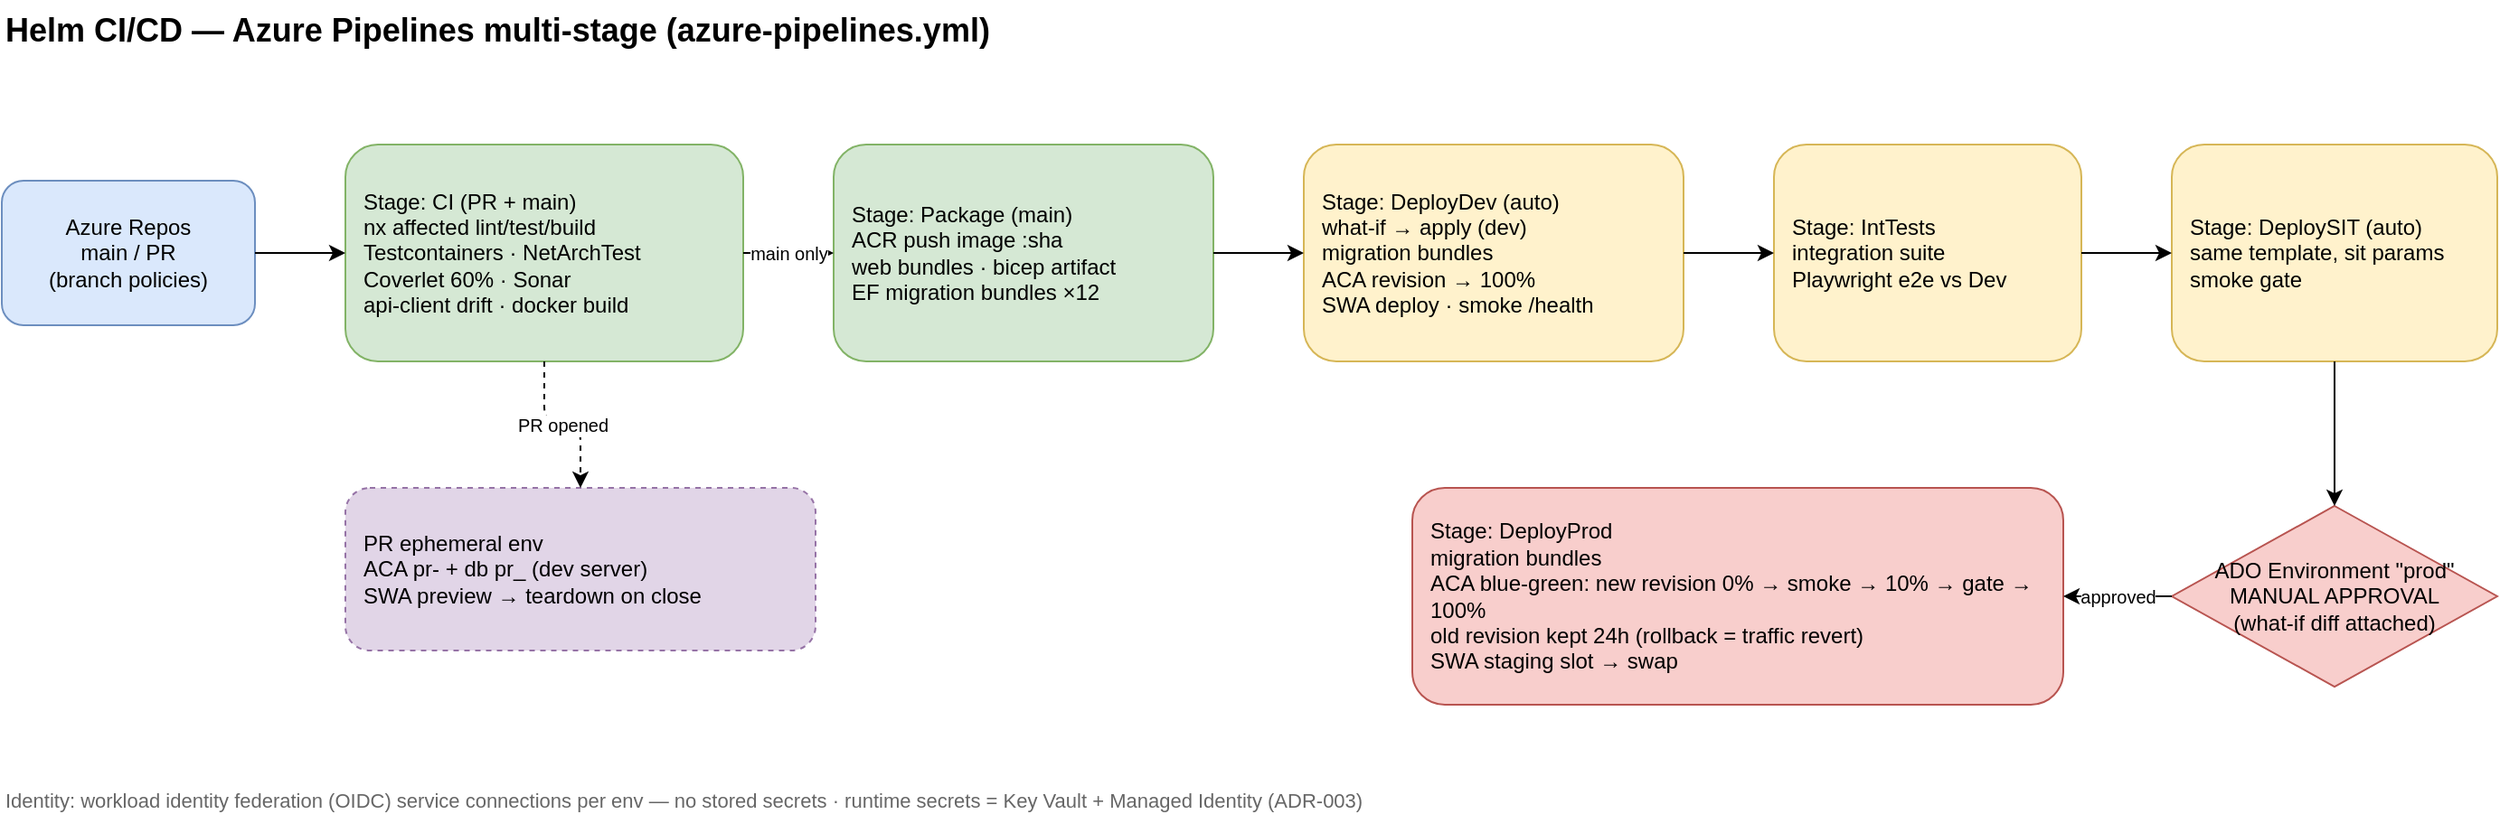
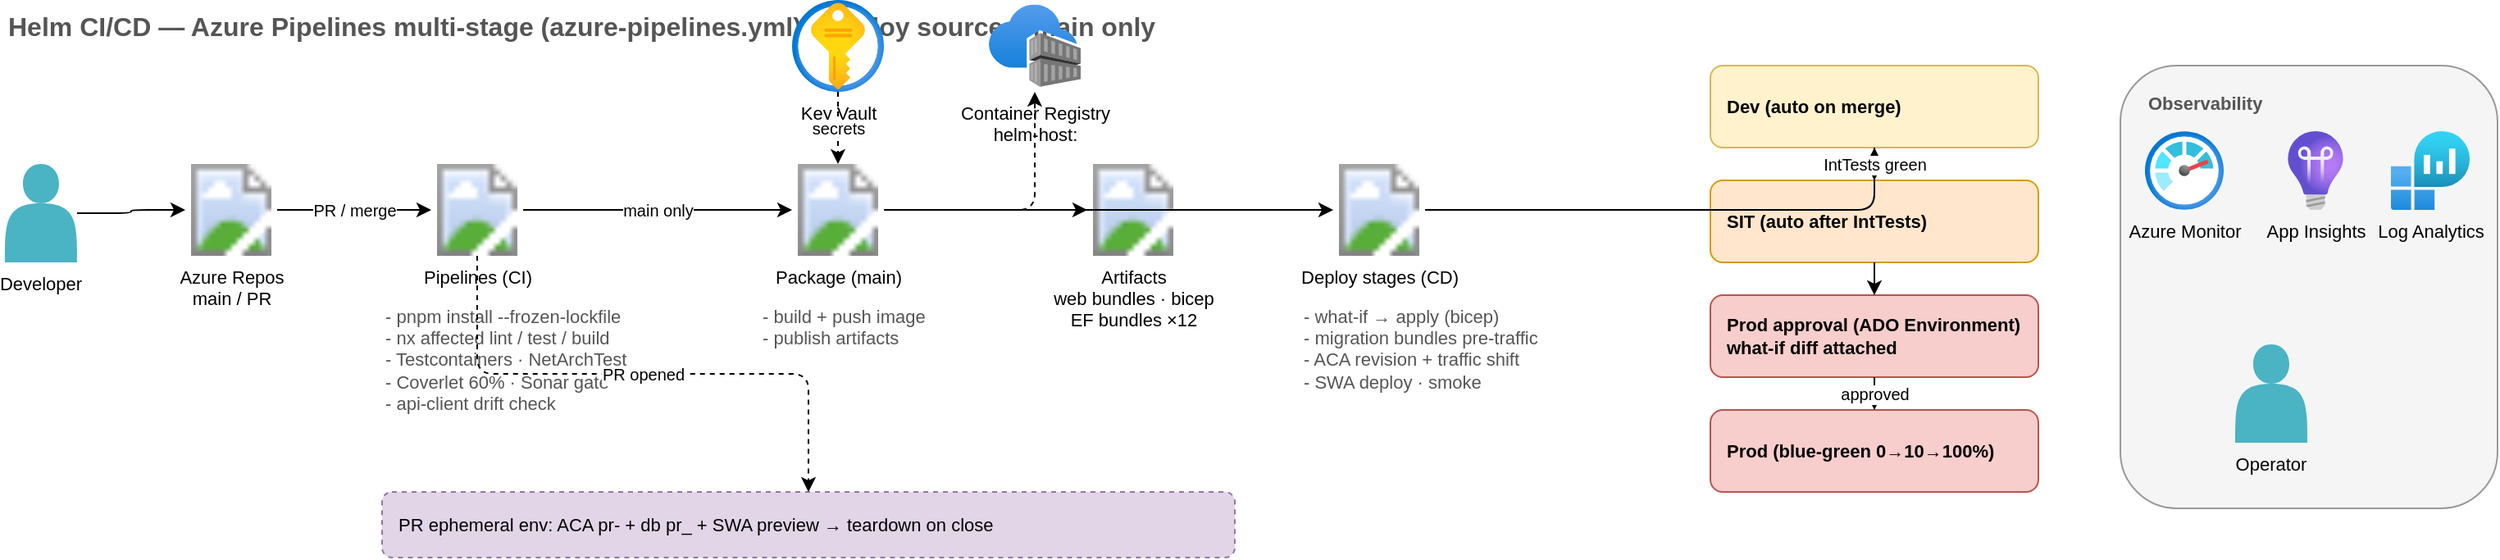
<mxfile host="app.diagrams.net" modified="2026-07-08T00:00:00.000Z" agent="helm-docs" version="24.0.0">
  <diagram id="pipeline-flow" name="Pipeline Flow">
    <mxGraphModel dx="1400" dy="800" grid="1" gridSize="10" guides="1" tooltips="1" connect="1" arrows="1" fold="1" page="1" pageScale="1" pageWidth="1600" pageHeight="900" math="0" shadow="0">
      <root>
-         <mxCell id="0"/>
-         <mxCell id="1" parent="0"/>
-         <mxCell id="title1" value="Helm CI/CD — Azure Pipelines multi-stage (azure-pipelines.yml)" style="text;html=1;fontSize=18;fontStyle=1;align=left;" vertex="1" parent="1">
-           <mxGeometry x="40" y="20" width="800" height="30" as="geometry"/>
-         </mxCell>
-         <mxCell id="repo" value="Azure Repos&#10;main / PR&#10;(branch policies)" style="rounded=1;whiteSpace=wrap;html=1;fillColor=#dae8fc;strokeColor=#6c8ebf;" vertex="1" parent="1">
-           <mxGeometry x="40" y="120" width="140" height="80" as="geometry"/>
-         </mxCell>
-         <mxCell id="ci" value="Stage: CI  (PR + main)&#10;nx affected lint/test/build&#10;Testcontainers · NetArchTest&#10;Coverlet 60% · Sonar&#10;api-client drift · docker build" style="rounded=1;whiteSpace=wrap;html=1;fillColor=#d5e8d4;strokeColor=#82b366;align=left;spacingLeft=8;" vertex="1" parent="1">
-           <mxGeometry x="230" y="100" width="220" height="120" as="geometry"/>
-         </mxCell>
-         <mxCell id="pkg" value="Stage: Package (main)&#10;ACR push image :sha&#10;web bundles · bicep artifact&#10;EF migration bundles ×12" style="rounded=1;whiteSpace=wrap;html=1;fillColor=#d5e8d4;strokeColor=#82b366;align=left;spacingLeft=8;" vertex="1" parent="1">
-           <mxGeometry x="500" y="100" width="210" height="120" as="geometry"/>
-         </mxCell>
-         <mxCell id="dev" value="Stage: DeployDev (auto)&#10;what-if → apply (dev)&#10;migration bundles&#10;ACA revision → 100%&#10;SWA deploy · smoke /health" style="rounded=1;whiteSpace=wrap;html=1;fillColor=#fff2cc;strokeColor=#d6b656;align=left;spacingLeft=8;" vertex="1" parent="1">
-           <mxGeometry x="760" y="100" width="210" height="120" as="geometry"/>
-         </mxCell>
-         <mxCell id="int" value="Stage: IntTests&#10;integration suite&#10;Playwright e2e vs Dev" style="rounded=1;whiteSpace=wrap;html=1;fillColor=#fff2cc;strokeColor=#d6b656;align=left;spacingLeft=8;" vertex="1" parent="1">
-           <mxGeometry x="1020" y="100" width="170" height="120" as="geometry"/>
-         </mxCell>
-         <mxCell id="sit" value="Stage: DeploySIT (auto)&#10;same template, sit params&#10;smoke gate" style="rounded=1;whiteSpace=wrap;html=1;fillColor=#fff2cc;strokeColor=#d6b656;align=left;spacingLeft=8;" vertex="1" parent="1">
-           <mxGeometry x="1240" y="100" width="180" height="120" as="geometry"/>
-         </mxCell>
-         <mxCell id="approval" value="ADO Environment &quot;prod&quot;&#10;MANUAL APPROVAL&#10;(what-if diff attached)" style="rhombus;whiteSpace=wrap;html=1;fillColor=#f8cecc;strokeColor=#b85450;" vertex="1" parent="1">
-           <mxGeometry x="1240" y="300" width="180" height="100" as="geometry"/>
-         </mxCell>
-         <mxCell id="prod" value="Stage: DeployProd&#10;migration bundles&#10;ACA blue-green: new revision 0% → smoke → 10% → gate → 100%&#10;old revision kept 24h (rollback = traffic revert)&#10;SWA staging slot → swap" style="rounded=1;whiteSpace=wrap;html=1;fillColor=#f8cecc;strokeColor=#b85450;align=left;spacingLeft=8;" vertex="1" parent="1">
-           <mxGeometry x="820" y="290" width="360" height="120" as="geometry"/>
-         </mxCell>
-         <mxCell id="prenv" value="PR ephemeral env&#10;ACA pr-&lt;id&gt; + db pr_&lt;id&gt; (dev server)&#10;SWA preview → teardown on close" style="rounded=1;whiteSpace=wrap;html=1;fillColor=#e1d5e7;strokeColor=#9673a6;align=left;spacingLeft=8;dashed=1;" vertex="1" parent="1">
-           <mxGeometry x="230" y="290" width="260" height="90" as="geometry"/>
-         </mxCell>
-         <mxCell id="oidc" value="Identity: workload identity federation (OIDC) service connections per env — no stored secrets · runtime secrets = Key Vault + Managed Identity (ADR-003)" style="text;html=1;fontSize=11;fontColor=#666666;align=left;" vertex="1" parent="1">
-           <mxGeometry x="40" y="450" width="900" height="30" as="geometry"/>
-         </mxCell>
-         <mxCell id="e1" style="edgeStyle=orthogonalEdgeStyle;rounded=1;html=1;" edge="1" parent="1" source="repo" target="ci"><mxGeometry relative="1" as="geometry"/></mxCell>
-         <mxCell id="e2" value="main only" style="edgeStyle=orthogonalEdgeStyle;rounded=1;html=1;fontSize=10;" edge="1" parent="1" source="ci" target="pkg"><mxGeometry relative="1" as="geometry"/></mxCell>
-         <mxCell id="e3" style="edgeStyle=orthogonalEdgeStyle;rounded=1;html=1;" edge="1" parent="1" source="pkg" target="dev"><mxGeometry relative="1" as="geometry"/></mxCell>
-         <mxCell id="e4" style="edgeStyle=orthogonalEdgeStyle;rounded=1;html=1;" edge="1" parent="1" source="dev" target="int"><mxGeometry relative="1" as="geometry"/></mxCell>
-         <mxCell id="e5" style="edgeStyle=orthogonalEdgeStyle;rounded=1;html=1;" edge="1" parent="1" source="int" target="sit"><mxGeometry relative="1" as="geometry"/></mxCell>
-         <mxCell id="e6" style="edgeStyle=orthogonalEdgeStyle;rounded=1;html=1;" edge="1" parent="1" source="sit" target="approval"><mxGeometry relative="1" as="geometry"/></mxCell>
-         <mxCell id="e7" value="approved" style="edgeStyle=orthogonalEdgeStyle;rounded=1;html=1;fontSize=10;" edge="1" parent="1" source="approval" target="prod"><mxGeometry relative="1" as="geometry"/></mxCell>
-         <mxCell id="e8" value="PR opened" style="edgeStyle=orthogonalEdgeStyle;rounded=1;html=1;fontSize=10;dashed=1;" edge="1" parent="1" source="ci" target="prenv"><mxGeometry relative="1" as="geometry"/></mxCell>
+         <mxCell id="0" />
+         <mxCell id="1" parent="0" />
+         <mxCell id="n2" value="Helm CI/CD — Azure Pipelines multi-stage (azure-pipelines.yml) · deploy source = main only" style="text;html=1;fontSize=16;align=left;fontColor=#555555;fontStyle=1;" vertex="1" parent="1"><mxGeometry x="40" y="20" width="900" height="30" as="geometry" /></mxCell>
+         <mxCell id="n3" value="Developer" style="shape=actor;whiteSpace=wrap;html=1;fillColor=#4AB3C4;strokeColor=none;fontSize=11;verticalLabelPosition=bottom;verticalAlign=top;" vertex="1" parent="1"><mxGeometry x="40" y="120" width="44" height="60" as="geometry" /></mxCell>
+         <mxCell id="n4" value="Azure Repos&#10;main / PR" style="sketch=0;aspect=fixed;html=1;points=[];align=center;fontSize=11;image;image=img/lib/azure2/devops/Azure_Repos.svg;labelBackgroundColor=none;verticalLabelPosition=bottom;verticalAlign=top;" vertex="1" parent="1"><mxGeometry x="150" y="120" width="56" height="56" as="geometry" /></mxCell>
+         <mxCell id="n5" value="Pipelines (CI)" style="sketch=0;aspect=fixed;html=1;points=[];align=center;fontSize=11;image;image=img/lib/azure2/devops/Azure_Pipelines.svg;labelBackgroundColor=none;verticalLabelPosition=bottom;verticalAlign=top;" vertex="1" parent="1"><mxGeometry x="300" y="120" width="56" height="56" as="geometry" /></mxCell>
+         <mxCell id="n6" value="- pnpm install --frozen-lockfile&#10;- nx affected lint / test / build&#10;- Testcontainers · NetArchTest&#10;- Coverlet 60% · Sonar gate&#10;- api-client drift check" style="text;html=1;fontSize=11;align=left;fontColor=#555555;" vertex="1" parent="1"><mxGeometry x="270" y="200" width="190" height="90" as="geometry" /></mxCell>
+         <mxCell id="n7" value="Package (main)" style="sketch=0;aspect=fixed;html=1;points=[];align=center;fontSize=11;image;image=img/lib/azure2/devops/Azure_Pipelines.svg;labelBackgroundColor=none;verticalLabelPosition=bottom;verticalAlign=top;" vertex="1" parent="1"><mxGeometry x="520" y="120" width="56" height="56" as="geometry" /></mxCell>
+         <mxCell id="n8" value="Container Registry&#10;helm-host:&lt;sha&gt;" style="sketch=0;aspect=fixed;html=1;points=[];align=center;fontSize=11;image;image=img/lib/azure2/containers/Container_Registries.svg;labelBackgroundColor=none;verticalLabelPosition=bottom;verticalAlign=top;" vertex="1" parent="1"><mxGeometry x="640" y="20" width="56" height="56" as="geometry" /></mxCell>
+         <mxCell id="n9" value="Artifacts&#10;web bundles · bicep&#10;EF bundles ×12" style="sketch=0;aspect=fixed;html=1;points=[];align=center;fontSize=11;image;image=img/lib/azure2/devops/Azure_Artifacts.svg;labelBackgroundColor=none;verticalLabelPosition=bottom;verticalAlign=top;" vertex="1" parent="1"><mxGeometry x="700" y="120" width="56" height="56" as="geometry" /></mxCell>
+         <mxCell id="n10" value="- build + push image&#10;- publish artifacts" style="text;html=1;fontSize=11;align=left;fontColor=#555555;" vertex="1" parent="1"><mxGeometry x="500" y="200" width="170" height="40" as="geometry" /></mxCell>
+         <mxCell id="n11" value="Key Vault" style="sketch=0;aspect=fixed;html=1;points=[];align=center;fontSize=11;image;image=img/lib/azure2/security/Key_Vaults.svg;labelBackgroundColor=none;verticalLabelPosition=bottom;verticalAlign=top;" vertex="1" parent="1"><mxGeometry x="520" y="20" width="56" height="56" as="geometry" /></mxCell>
+         <mxCell id="n12" value="Deploy stages (CD)" style="sketch=0;aspect=fixed;html=1;points=[];align=center;fontSize=11;image;image=img/lib/azure2/devops/Azure_Pipelines.svg;labelBackgroundColor=none;verticalLabelPosition=bottom;verticalAlign=top;" vertex="1" parent="1"><mxGeometry x="850" y="120" width="56" height="56" as="geometry" /></mxCell>
+         <mxCell id="n13" value="- what-if → apply (bicep)&#10;- migration bundles pre-traffic&#10;- ACA revision + traffic shift&#10;- SWA deploy · smoke" style="text;html=1;fontSize=11;align=left;fontColor=#555555;" vertex="1" parent="1"><mxGeometry x="830" y="200" width="200" height="70" as="geometry" /></mxCell>
+         <mxCell id="n14" value="Dev  (auto on merge)" style="rounded=1;whiteSpace=wrap;html=1;align=left;spacingLeft=8;fontSize=11;fillColor=#fff2cc;strokeColor=#d6b656;fontStyle=1;" vertex="1" parent="1"><mxGeometry x="1080" y="60" width="200" height="50" as="geometry" /></mxCell>
+         <mxCell id="n15" value="SIT  (auto after IntTests)" style="rounded=1;whiteSpace=wrap;html=1;align=left;spacingLeft=8;fontSize=11;fillColor=#ffe6cc;strokeColor=#d79b00;fontStyle=1;" vertex="1" parent="1"><mxGeometry x="1080" y="130" width="200" height="50" as="geometry" /></mxCell>
+         <mxCell id="n16" value="Prod approval (ADO Environment)&#10;what-if diff attached" style="rounded=1;whiteSpace=wrap;html=1;align=left;spacingLeft=8;fontSize=11;fillColor=#f8cecc;strokeColor=#b85450;fontStyle=1;" vertex="1" parent="1"><mxGeometry x="1080" y="200" width="200" height="50" as="geometry" /></mxCell>
+         <mxCell id="n17" value="Prod  (blue-green 0→10→100%)" style="rounded=1;whiteSpace=wrap;html=1;align=left;spacingLeft=8;fontSize=11;fillColor=#f8cecc;strokeColor=#b85450;fontStyle=1;" vertex="1" parent="1"><mxGeometry x="1080" y="270" width="200" height="50" as="geometry" /></mxCell>
+         <mxCell id="n18" value="" style="rounded=1;whiteSpace=wrap;html=1;align=left;spacingLeft=8;fontSize=11;fillColor=#f5f5f5;strokeColor=#999999;verticalAlign=top;" vertex="1" parent="1"><mxGeometry x="1330" y="60" width="230" height="270" as="geometry" /></mxCell>
+         <mxCell id="n19" value="Observability" style="text;html=1;fontSize=11;align=left;fontColor=#555555;fontStyle=1;" vertex="1" parent="1"><mxGeometry x="1345" y="70" width="180" height="20" as="geometry" /></mxCell>
+         <mxCell id="n20" value="Azure Monitor" style="sketch=0;aspect=fixed;html=1;points=[];align=center;fontSize=11;image;image=img/lib/azure2/management_governance/Monitor.svg;labelBackgroundColor=none;verticalLabelPosition=bottom;verticalAlign=top;" vertex="1" parent="1"><mxGeometry x="1345" y="100" width="48" height="48" as="geometry" /></mxCell>
+         <mxCell id="n21" value="App Insights" style="sketch=0;aspect=fixed;html=1;points=[];align=center;fontSize=11;image;image=img/lib/azure2/management_governance/Application_Insights.svg;labelBackgroundColor=none;verticalLabelPosition=bottom;verticalAlign=top;" vertex="1" parent="1"><mxGeometry x="1425" y="100" width="48" height="48" as="geometry" /></mxCell>
+         <mxCell id="n22" value="Log Analytics" style="sketch=0;aspect=fixed;html=1;points=[];align=center;fontSize=11;image;image=img/lib/azure2/management_governance/Log_Analytics_Workspaces.svg;labelBackgroundColor=none;verticalLabelPosition=bottom;verticalAlign=top;" vertex="1" parent="1"><mxGeometry x="1495" y="100" width="48" height="48" as="geometry" /></mxCell>
+         <mxCell id="n23" value="Operator" style="shape=actor;whiteSpace=wrap;html=1;fillColor=#4AB3C4;strokeColor=none;fontSize=11;verticalLabelPosition=bottom;verticalAlign=top;" vertex="1" parent="1"><mxGeometry x="1400" y="230" width="44" height="60" as="geometry" /></mxCell>
+         <mxCell id="n24" value="PR ephemeral env: ACA pr-&lt;id&gt; + db pr_&lt;id&gt; + SWA preview → teardown on close" style="rounded=1;whiteSpace=wrap;html=1;align=left;spacingLeft=8;fontSize=11;fillColor=#e1d5e7;strokeColor=#9673a6;dashed=1;" vertex="1" parent="1"><mxGeometry x="270" y="320" width="520" height="40" as="geometry" /></mxCell>
+         <mxCell id="n25" value="" style="edgeStyle=orthogonalEdgeStyle;rounded=1;html=1;fontSize=10;" edge="1" parent="1" source="n3" target="n4"><mxGeometry relative="1" as="geometry" /></mxCell>
+         <mxCell id="n26" value="PR / merge" style="edgeStyle=orthogonalEdgeStyle;rounded=1;html=1;fontSize=10;" edge="1" parent="1" source="n4" target="n5"><mxGeometry relative="1" as="geometry" /></mxCell>
+         <mxCell id="n27" value="main only" style="edgeStyle=orthogonalEdgeStyle;rounded=1;html=1;fontSize=10;" edge="1" parent="1" source="n5" target="n7"><mxGeometry relative="1" as="geometry" /></mxCell>
+         <mxCell id="n28" value="" style="edgeStyle=orthogonalEdgeStyle;rounded=1;html=1;fontSize=10;" edge="1" parent="1" source="n7" target="n12"><mxGeometry relative="1" as="geometry" /></mxCell>
+         <mxCell id="n29" value="secrets" style="edgeStyle=orthogonalEdgeStyle;rounded=1;html=1;fontSize=10;dashed=1;" edge="1" parent="1" source="n11" target="n7"><mxGeometry relative="1" as="geometry" /></mxCell>
+         <mxCell id="n30" value="" style="edgeStyle=orthogonalEdgeStyle;rounded=1;html=1;fontSize=10;dashed=1;" edge="1" parent="1" source="n7" target="n8"><mxGeometry relative="1" as="geometry" /></mxCell>
+         <mxCell id="n31" value="" style="edgeStyle=orthogonalEdgeStyle;rounded=1;html=1;fontSize=10;dashed=1;" edge="1" parent="1" source="n7" target="n9"><mxGeometry relative="1" as="geometry" /></mxCell>
+         <mxCell id="n32" value="" style="edgeStyle=orthogonalEdgeStyle;rounded=1;html=1;fontSize=10;" edge="1" parent="1" source="n12" target="n14"><mxGeometry relative="1" as="geometry" /></mxCell>
+         <mxCell id="n33" value="IntTests green" style="edgeStyle=orthogonalEdgeStyle;rounded=1;html=1;fontSize=10;" edge="1" parent="1" source="n14" target="n15"><mxGeometry relative="1" as="geometry" /></mxCell>
+         <mxCell id="n34" value="" style="edgeStyle=orthogonalEdgeStyle;rounded=1;html=1;fontSize=10;" edge="1" parent="1" source="n15" target="n16"><mxGeometry relative="1" as="geometry" /></mxCell>
+         <mxCell id="n35" value="approved" style="edgeStyle=orthogonalEdgeStyle;rounded=1;html=1;fontSize=10;" edge="1" parent="1" source="n16" target="n17"><mxGeometry relative="1" as="geometry" /></mxCell>
+         <mxCell id="n36" value="PR opened" style="edgeStyle=orthogonalEdgeStyle;rounded=1;html=1;fontSize=10;dashed=1;" edge="1" parent="1" source="n5" target="n24"><mxGeometry relative="1" as="geometry" /></mxCell>
      </root>
    </mxGraphModel>
  </diagram>
</mxfile>
